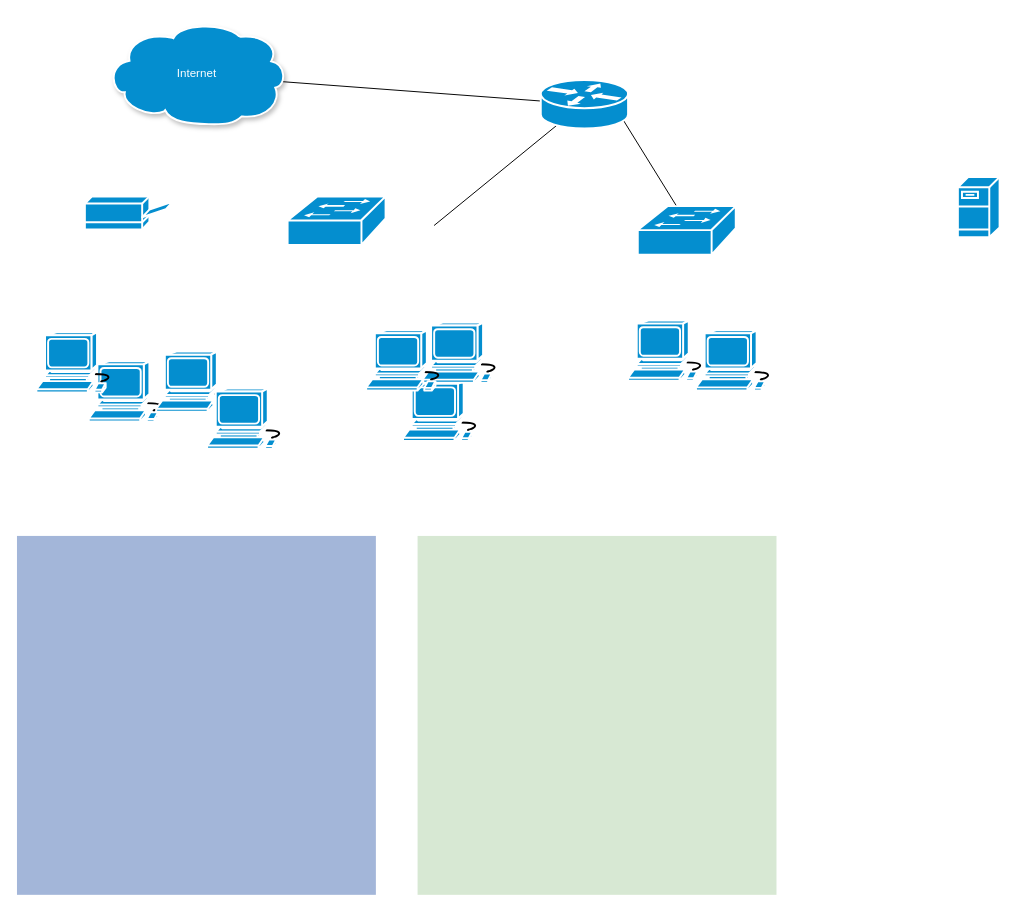
Earlier version of the draw.io diagram AnnaGamarraMunoz_Lab2-2.drawio (AnnitaEleanor/AnnitasForest). Source tidied: cells renumbered, new cells numbered last; positions are measured from the earlier drawing's top-left corner, leaving out a move shared by most shapes. Both pictures are drawn from the tidied source at 97%, with x=0, y=0 at pixel (16, 21).
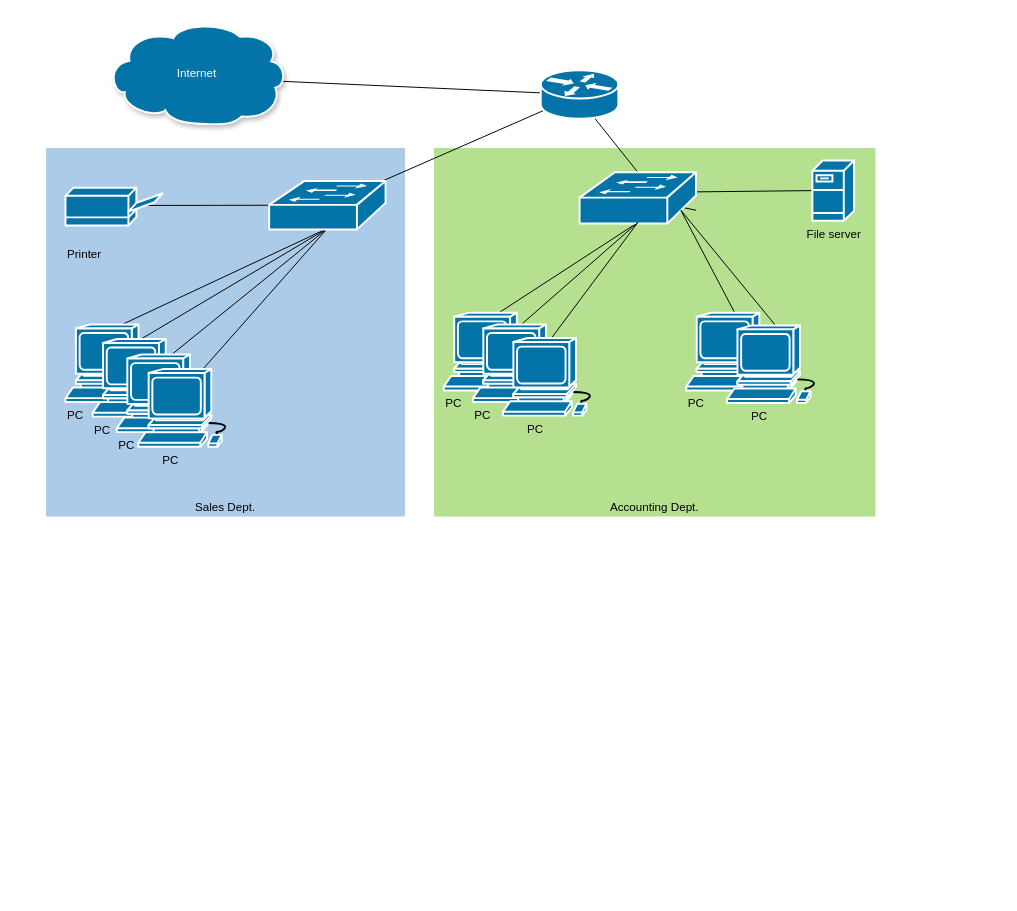
Above is the later version.

What changed in the source:
```diff
@@
-<mxGraphModel background="#ffffff">
+<mxGraphModel background="#FFFFFF">
@@
+    <mxCell id="21" value="Accounting Dept." style="whiteSpace=wrap;html=1;shadow=0;strokeColor=none;fillColor=#B4E090;imageAspect=0;verticalAlign=bottom;" parent="1" vertex="1">
+      <mxGeometry x="430" y="130" width="455" height="380" as="geometry" />
+    </mxCell>
+    <mxCell id="20" value="Sales Dept." style="whiteSpace=wrap;html=1;shadow=0;fillColor=#ACCBE8;strokeColor=none;align=center;verticalAlign=bottom;" parent="1" vertex="1">
+      <mxGeometry x="30" y="130" width="370" height="380" as="geometry" />
+    </mxCell>
@@
-    <mxCell id="3" value="Internet" style="shape=mxgraph.cisco.storage.cloud;html=1;dashed=0;strokeColor=#ffffff;strokeWidth=2;verticalLabelPosition=middle;verticalAlign=middle;align=center;outlineConnect=0;fillColor=#048ECF;labelPosition=center;fontColor=#FFFFFF;labelBorderColor=none;shadow=1;" parent="1" vertex="1">
+    <mxCell id="3" value="Internet" style="shape=mxgraph.cisco.storage.cloud;html=1;dashed=0;strokeColor=#ffffff;strokeWidth=2;verticalLabelPosition=middle;verticalAlign=middle;align=center;outlineConnect=0;labelPosition=center;fontColor=#FFFFFF;labelBorderColor=none;shadow=1;fillColor=#0373A8;" parent="1" vertex="1">
       <mxGeometry x="92" width="186" height="106" as="geometry" />
     </mxCell>
-    <mxCell id="4" style="endArrow=none;html=1;strokeColor=#000000;fontColor=#FFFFFF;entryX=0.455;entryY=0.535;entryDx=0;entryDy=0;entryPerimeter=0;" parent="1" edge="1" target="6">
-      <mxGeometry relative="1" as="geometry">
-        <mxPoint x="430" y="210" as="sourcePoint" />
-      </mxGeometry>
+    <mxCell id="4" style="endArrow=none;html=1;fontColor=#FFFFFF;entryX=0.455;entryY=0.535;entryDx=0;entryDy=0;entryPerimeter=0;" parent="1" edge="1" source="8" target="6">
+      <mxGeometry relative="1" as="geometry" />
     </mxCell>
-    <mxCell id="5" style="endArrow=none;html=1;strokeColor=#000000;fontColor=#FFFFFF;exitX=0.838;exitY=0.515;exitDx=0;exitDy=0;exitPerimeter=0;shadow=0;" parent="1" edge="1" source="6">
+    <mxCell id="5" style="endArrow=none;html=1;strokeColor=#000000;fontColor=#FFFFFF;shadow=0;" parent="1" edge="1" source="13">
       <mxGeometry relative="1" as="geometry">
         <mxPoint x="680" y="190" as="targetPoint" />
       </mxGeometry>
     </mxCell>
+    <mxCell id="22" style="endArrow=none;html=1;fontColor=#FFFFFF;shadow=0;entryX=0.5;entryY=0;entryDx=0;entryDy=0;entryPerimeter=0;exitX=0.407;exitY=0.41;exitDx=0;exitDy=0;exitPerimeter=0;" parent="1" edge="1" source="6" target="13">
+      <mxGeometry relative="1" as="geometry" />
+    </mxCell>
-    <mxCell id="6" style="shape=mxgraph.cisco.routers.router;html=1;dashed=0;strokeColor=#ffffff;strokeWidth=2;verticalLabelPosition=bottom;verticalAlign=top;align=center;outlineConnect=0;fillColor=#048ECF;shadow=0;" parent="1" vertex="1">
-      <mxGeometry x="540" y="60" width="90" height="50" as="geometry" />
+    <mxCell id="6" style="shape=mxgraph.cisco.routers.router;html=1;strokeWidth=2;verticalLabelPosition=bottom;verticalAlign=top;align=center;outlineConnect=0;shadow=0;strokeColor=#FFFFFF;direction=east;fillColor=#0373A8;" parent="1" vertex="1">
+      <mxGeometry x="540" y="50" width="80" height="50" as="geometry" />
     </mxCell>
+    <mxCell id="23" style="endArrow=none;html=1;exitX=0.3;exitY=0.472;exitDx=0;exitDy=0;exitPerimeter=0;" parent="1" edge="1" source="7" target="8">
+      <mxGeometry relative="1" as="geometry" />
+    </mxCell>
-    <mxCell id="7" style="shape=mxgraph.cisco.computers_and_peripherals.printer;html=1;dashed=0;strokeColor=#ffffff;strokeWidth=2;verticalLabelPosition=bottom;verticalAlign=top;align=center;outlineConnect=0;shadow=0;fontColor=#FFFFFF;fillColor=#048ECF;" parent="1" vertex="1">
-      <mxGeometry x="70" y="180" width="91" height="34" as="geometry" />
+    <mxCell id="7" value="Printer" style="shape=mxgraph.cisco.computers_and_peripherals.printer;html=1;dashed=0;strokeColor=#ffffff;strokeWidth=2;verticalLabelPosition=bottom;verticalAlign=bottom;align=left;outlineConnect=0;shadow=0;fillColor=#0373A8;" parent="1" vertex="1">
+      <mxGeometry x="50" y="171" width="100" height="39" as="geometry" />
     </mxCell>
+    <mxCell id="24" style="endArrow=none;html=1;entryX=0.2;entryY=0.225;entryDx=0;entryDy=0;entryPerimeter=0;exitX=0.5;exitY=0.98;exitDx=0;exitDy=0;exitPerimeter=0;" parent="1" edge="1" source="8" target="11">
+      <mxGeometry relative="1" as="geometry" />
+    </mxCell>
+    <mxCell id="11" value="PC" style="shape=mxgraph.cisco.computers_and_peripherals.workstation;html=1;dashed=0;strokeColor=#ffffff;strokeWidth=2;verticalLabelPosition=bottom;verticalAlign=top;align=left;outlineConnect=0;shadow=0;fillColor=#0373A8;" parent="1" vertex="1">
+      <mxGeometry x="50" y="312" width="100" height="80" as="geometry" />
+    </mxCell>
+    <mxCell id="25" style="endArrow=none;html=1;entryX=0.5;entryY=0.98;entryDx=0;entryDy=0;entryPerimeter=0;exitX=0.5;exitY=0;exitDx=0;exitDy=0;exitPerimeter=0;" parent="1" edge="1" source="26" target="8">
+      <mxGeometry relative="1" as="geometry" />
+    </mxCell>
+    <mxCell id="26" value="PC" style="shape=mxgraph.cisco.computers_and_peripherals.workstation;html=1;dashed=0;strokeColor=#ffffff;strokeWidth=2;verticalLabelPosition=bottom;verticalAlign=top;align=left;outlineConnect=0;shadow=0;fillColor=#0373A8;" parent="1" vertex="1">
+      <mxGeometry x="78" y="327" width="100" height="80" as="geometry" />
+    </mxCell>
+    <mxCell id="27" style="endArrow=none;html=1;entryX=0.5;entryY=0.98;entryDx=0;entryDy=0;entryPerimeter=0;exitX=0.456;exitY=0.111;exitDx=0;exitDy=0;exitPerimeter=0;" parent="1" edge="1" source="28" target="8">
+      <mxGeometry relative="1" as="geometry" />
+    </mxCell>
+    <mxCell id="28" value="PC" style="shape=mxgraph.cisco.computers_and_peripherals.workstation;html=1;dashed=0;strokeColor=#ffffff;strokeWidth=2;verticalLabelPosition=bottom;verticalAlign=top;align=left;outlineConnect=0;shadow=0;fillColor=#0373A8;" parent="1" vertex="1">
+      <mxGeometry x="103" y="343" width="100" height="80" as="geometry" />
+    </mxCell>
+    <mxCell id="29" style="endArrow=none;html=1;entryX=0.5;entryY=0.98;entryDx=0;entryDy=0;entryPerimeter=0;exitX=0.571;exitY=0.136;exitDx=0;exitDy=0;exitPerimeter=0;" parent="1" edge="1" source="30" target="8">
+      <mxGeometry relative="1" as="geometry" />
+    </mxCell>
+    <mxCell id="30" value="&amp;nbsp; &amp;nbsp; &amp;nbsp; &amp;nbsp;PC" style="shape=mxgraph.cisco.computers_and_peripherals.workstation;html=1;dashed=0;strokeColor=#ffffff;strokeWidth=2;verticalLabelPosition=bottom;verticalAlign=top;align=left;outlineConnect=0;shadow=0;fillColor=#0373A8;horizontal=1;labelPosition=center;" parent="1" vertex="1">
+      <mxGeometry x="125" y="358" width="100" height="80" as="geometry" />
+    </mxCell>
-    <mxCell id="8" style="shape=mxgraph.cisco.switches.workgroup_switch;html=1;dashed=0;strokeColor=#ffffff;strokeWidth=2;verticalLabelPosition=bottom;verticalAlign=top;align=center;outlineConnect=0;shadow=0;fontColor=#FFFFFF;fillColor=#048ECF;" parent="1" vertex="1">
-      <mxGeometry x="279" y="180" width="101" height="50" as="geometry" />
+    <mxCell id="8" style="shape=mxgraph.cisco.switches.workgroup_switch;html=1;dashed=0;strokeColor=#ffffff;strokeWidth=2;verticalLabelPosition=bottom;verticalAlign=top;align=center;outlineConnect=0;shadow=0;fontColor=#FFFFFF;fillColor=#0373A8;" parent="1" vertex="1">
+      <mxGeometry x="260" y="164" width="120" height="50" as="geometry" />
     </mxCell>
-    <mxCell id="9" style="shape=mxgraph.cisco.computers_and_peripherals.workstation;html=1;dashed=0;strokeColor=#ffffff;strokeWidth=2;verticalLabelPosition=bottom;verticalAlign=top;align=center;shadow=0;fontColor=#FFFFFF;fillColor=#048ECF;" parent="1" vertex="1">
-      <mxGeometry x="74" y="350" width="83" height="62" as="geometry" />
-    </mxCell>
-    <mxCell id="10" style="shape=mxgraph.cisco.computers_and_peripherals.workstation;html=1;dashed=0;strokeColor=#ffffff;strokeWidth=2;verticalLabelPosition=bottom;verticalAlign=top;align=center;shadow=0;fontColor=#FFFFFF;fillColor=#048ECF;" parent="1" vertex="1">
-      <mxGeometry x="630" y="308" width="83" height="62" as="geometry" />
-    </mxCell>
-    <mxCell id="11" style="shape=mxgraph.cisco.computers_and_peripherals.workstation;html=1;dashed=0;strokeColor=#ffffff;strokeWidth=2;verticalLabelPosition=bottom;verticalAlign=top;align=center;outlineConnect=0;shadow=0;fontColor=#FFFFFF;fillColor=#048ECF;" parent="1" vertex="1">
-      <mxGeometry x="20" y="320" width="83" height="62" as="geometry" />
-    </mxCell>
-    <mxCell id="12" style="shape=mxgraph.cisco.computers_and_peripherals.workstation;html=1;dashed=0;strokeColor=#ffffff;strokeWidth=2;verticalLabelPosition=bottom;verticalAlign=top;align=center;shadow=0;fontColor=#FFFFFF;fillColor=#048ECF;" parent="1" vertex="1">
-      <mxGeometry x="143.5" y="340" width="83" height="62" as="geometry" />
-    </mxCell>
+    <mxCell id="31" style="endArrow=none;html=1;entryX=0;entryY=0.5;entryDx=0;entryDy=0;entryPerimeter=0;exitX=0.964;exitY=0.384;exitDx=0;exitDy=0;exitPerimeter=0;" parent="1" edge="1" source="13" target="14">
+      <mxGeometry relative="1" as="geometry" />
+    </mxCell>
+    <mxCell id="14" value="File server" style="shape=mxgraph.cisco.servers.fileserver;html=1;dashed=0;strokeColor=#ffffff;strokeWidth=2;verticalLabelPosition=bottom;verticalAlign=top;align=center;outlineConnect=0;shadow=0;fillColor=#0373A8;fontColor=#00000;" parent="1" vertex="1">
+      <mxGeometry x="820" y="143" width="43" height="62" as="geometry" />
+    </mxCell>
+    <mxCell id="32" style="endArrow=none;html=1;fontColor=#00000;entryX=0.5;entryY=0.98;entryDx=0;entryDy=0;entryPerimeter=0;exitX=0.352;exitY=0.175;exitDx=0;exitDy=0;exitPerimeter=0;" parent="1" edge="1" source="33" target="13">
+      <mxGeometry relative="1" as="geometry" />
+    </mxCell>
+    <mxCell id="33" value="PC" style="shape=mxgraph.cisco.computers_and_peripherals.workstation;html=1;dashed=0;strokeColor=#ffffff;strokeWidth=2;verticalLabelPosition=bottom;verticalAlign=top;align=left;outlineConnect=0;shadow=0;fillColor=#0373A8;horizontal=1;labelPosition=center;" parent="1" vertex="1">
+      <mxGeometry x="440" y="300" width="100" height="80" as="geometry" />
+    </mxCell>
-    <mxCell id="13" style="shape=mxgraph.cisco.switches.workgroup_switch;html=1;dashed=0;strokeColor=#ffffff;strokeWidth=2;verticalLabelPosition=bottom;verticalAlign=top;align=center;outlineConnect=0;shadow=0;fontColor=#FFFFFF;fillColor=#048ECF;" parent="1" vertex="1">
-      <mxGeometry x="640" y="190" width="101" height="50" as="geometry" />
+    <mxCell id="13" style="shape=mxgraph.cisco.switches.workgroup_switch;html=1;dashed=0;strokeWidth=2;verticalLabelPosition=bottom;verticalAlign=top;align=center;outlineConnect=0;shadow=0;fontColor=#FFFFFF;fillColor=#0373A8;strokeColor=#ffff;" parent="1" vertex="1">
+      <mxGeometry x="580" y="155" width="120" height="53" as="geometry" />
     </mxCell>
-    <mxCell id="14" style="shape=mxgraph.cisco.servers.fileserver;html=1;dashed=0;strokeColor=#ffffff;strokeWidth=2;verticalLabelPosition=bottom;verticalAlign=top;align=center;outlineConnect=0;shadow=0;fontColor=#FFFFFF;fillColor=#048ECF;" parent="1" vertex="1">
-      <mxGeometry x="970" y="160" width="43" height="62" as="geometry" />
-    </mxCell>
-    <mxCell id="15" style="shape=mxgraph.cisco.computers_and_peripherals.workstation;html=1;dashed=0;strokeColor=#ffffff;strokeWidth=2;verticalLabelPosition=bottom;verticalAlign=top;align=center;shadow=0;fontColor=#FFFFFF;fillColor=#048ECF;" parent="1" vertex="1">
-      <mxGeometry x="196" y="378" width="83" height="62" as="geometry" />
-    </mxCell>
-    <mxCell id="16" style="shape=mxgraph.cisco.computers_and_peripherals.workstation;html=1;dashed=0;strokeColor=#ffffff;strokeWidth=2;verticalLabelPosition=bottom;verticalAlign=top;align=center;shadow=0;fontColor=#FFFFFF;fillColor=#048ECF;" parent="1" vertex="1">
-      <mxGeometry x="398" y="370" width="83" height="62" as="geometry" />
-    </mxCell>
-    <mxCell id="17" style="shape=mxgraph.cisco.computers_and_peripherals.workstation;html=1;dashed=0;strokeColor=#ffffff;strokeWidth=2;verticalLabelPosition=bottom;verticalAlign=top;align=center;shadow=0;fontColor=#FFFFFF;fillColor=#048ECF;" parent="1" vertex="1">
-      <mxGeometry x="418" y="310" width="83" height="62" as="geometry" />
-    </mxCell>
-    <mxCell id="18" style="shape=mxgraph.cisco.computers_and_peripherals.workstation;html=1;dashed=0;strokeColor=#ffffff;strokeWidth=2;verticalLabelPosition=bottom;verticalAlign=top;align=center;shadow=0;fontColor=#FFFFFF;fillColor=#048ECF;" parent="1" vertex="1">
-      <mxGeometry x="360" y="318" width="83" height="62" as="geometry" />
-    </mxCell>
-    <mxCell id="19" style="shape=mxgraph.cisco.computers_and_peripherals.workstation;html=1;dashed=0;strokeColor=#ffffff;strokeWidth=2;verticalLabelPosition=bottom;verticalAlign=top;align=center;shadow=0;fontColor=#FFFFFF;fillColor=#048ECF;" parent="1" vertex="1">
-      <mxGeometry x="700" y="318" width="83" height="62" as="geometry" />
-    </mxCell>
-    <mxCell id="20" style="whiteSpace=wrap;html=1;shadow=0;fillColor=#A3B6D9;strokeColor=none;" parent="1" vertex="1">
-      <mxGeometry y="530" width="370" height="370" as="geometry" />
-    </mxCell>
-    <mxCell id="21" style="whiteSpace=wrap;html=1;shadow=0;fillColor=#D7E8D3;strokeColor=none;" parent="1" vertex="1">
-      <mxGeometry x="413" y="530" width="370" height="370" as="geometry" />
-    </mxCell>
+    <mxCell id="34" style="endArrow=none;html=1;fontColor=#00000;entryX=0.5;entryY=0.98;entryDx=0;entryDy=0;entryPerimeter=0;exitX=0.5;exitY=0;exitDx=0;exitDy=0;exitPerimeter=0;" parent="1" edge="1" source="35" target="13">
+      <mxGeometry relative="1" as="geometry" />
+    </mxCell>
+    <mxCell id="35" value="PC" style="shape=mxgraph.cisco.computers_and_peripherals.workstation;html=1;dashed=0;strokeColor=#ffffff;strokeWidth=2;verticalLabelPosition=bottom;verticalAlign=top;align=left;outlineConnect=0;shadow=0;fillColor=#0373A8;horizontal=1;labelPosition=center;" parent="1" vertex="1">
+      <mxGeometry x="470" y="312" width="100" height="80" as="geometry" />
+    </mxCell>
+    <mxCell id="36" style="endArrow=none;html=1;fontColor=#00000;entryX=0.5;entryY=0.98;entryDx=0;entryDy=0;entryPerimeter=0;exitX=0.5;exitY=0;exitDx=0;exitDy=0;exitPerimeter=0;" parent="1" edge="1" source="37" target="13">
+      <mxGeometry relative="1" as="geometry" />
+    </mxCell>
+    <mxCell id="37" value="&amp;nbsp; &amp;nbsp; &amp;nbsp; &amp;nbsp;PC" style="shape=mxgraph.cisco.computers_and_peripherals.workstation;html=1;dashed=0;strokeColor=#ffffff;strokeWidth=2;verticalLabelPosition=bottom;verticalAlign=top;align=left;outlineConnect=0;shadow=0;fillColor=#0373A8;horizontal=1;labelPosition=center;" parent="1" vertex="1">
+      <mxGeometry x="501" y="326" width="100" height="80" as="geometry" />
+    </mxCell>
+    <mxCell id="38" style="endArrow=none;html=1;fontColor=#00000;entryX=0.87;entryY=0.74;entryDx=0;entryDy=0;entryPerimeter=0;exitX=0.5;exitY=0;exitDx=0;exitDy=0;exitPerimeter=0;" parent="1" edge="1" source="39" target="13">
+      <mxGeometry relative="1" as="geometry" />
+    </mxCell>
+    <mxCell id="39" value="PC" style="shape=mxgraph.cisco.computers_and_peripherals.workstation;html=1;dashed=0;strokeColor=#ffffff;strokeWidth=2;verticalLabelPosition=bottom;verticalAlign=top;align=left;outlineConnect=0;shadow=0;fillColor=#0373A8;horizontal=1;labelPosition=center;" parent="1" vertex="1">
+      <mxGeometry x="690" y="300" width="100" height="80" as="geometry" />
+    </mxCell>
+    <mxCell id="40" style="endArrow=none;html=1;fontColor=#00000;entryX=0.87;entryY=0.74;entryDx=0;entryDy=0;entryPerimeter=0;exitX=0.5;exitY=0;exitDx=0;exitDy=0;exitPerimeter=0;" parent="1" edge="1" source="41" target="13">
+      <mxGeometry relative="1" as="geometry" />
+    </mxCell>
+    <mxCell id="41" value="&amp;nbsp; &amp;nbsp; &amp;nbsp; &amp;nbsp;PC" style="shape=mxgraph.cisco.computers_and_peripherals.workstation;html=1;dashed=0;strokeColor=#ffffff;strokeWidth=2;verticalLabelPosition=bottom;verticalAlign=top;align=left;outlineConnect=0;shadow=0;fillColor=#0373A8;horizontal=1;labelPosition=center;" parent="1" vertex="1">
+      <mxGeometry x="732" y="313" width="100" height="80" as="geometry" />
+    </mxCell>
```
